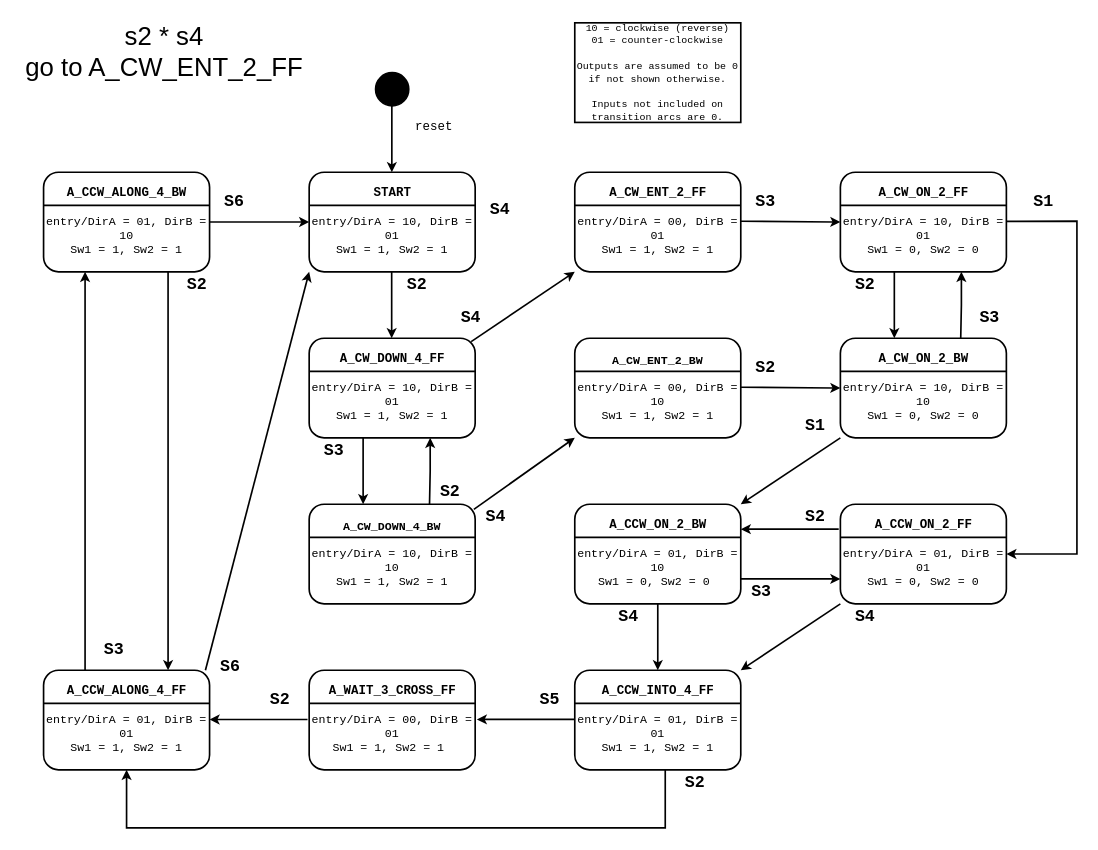
Earlier version of the draw.io diagram page "Lab6PreLab" (4 of 4) of CS1301/Untitled Diagram.drawio (printjoshhere/CS1301). Source tidied: cells renumbered, new cells numbered last; positions are measured from the earlier drawing's top-left corner, leaving out a move shared by most shapes. Both pictures are drawn from the tidied source at 83%, with x=0, y=0 at pixel (14, 14).
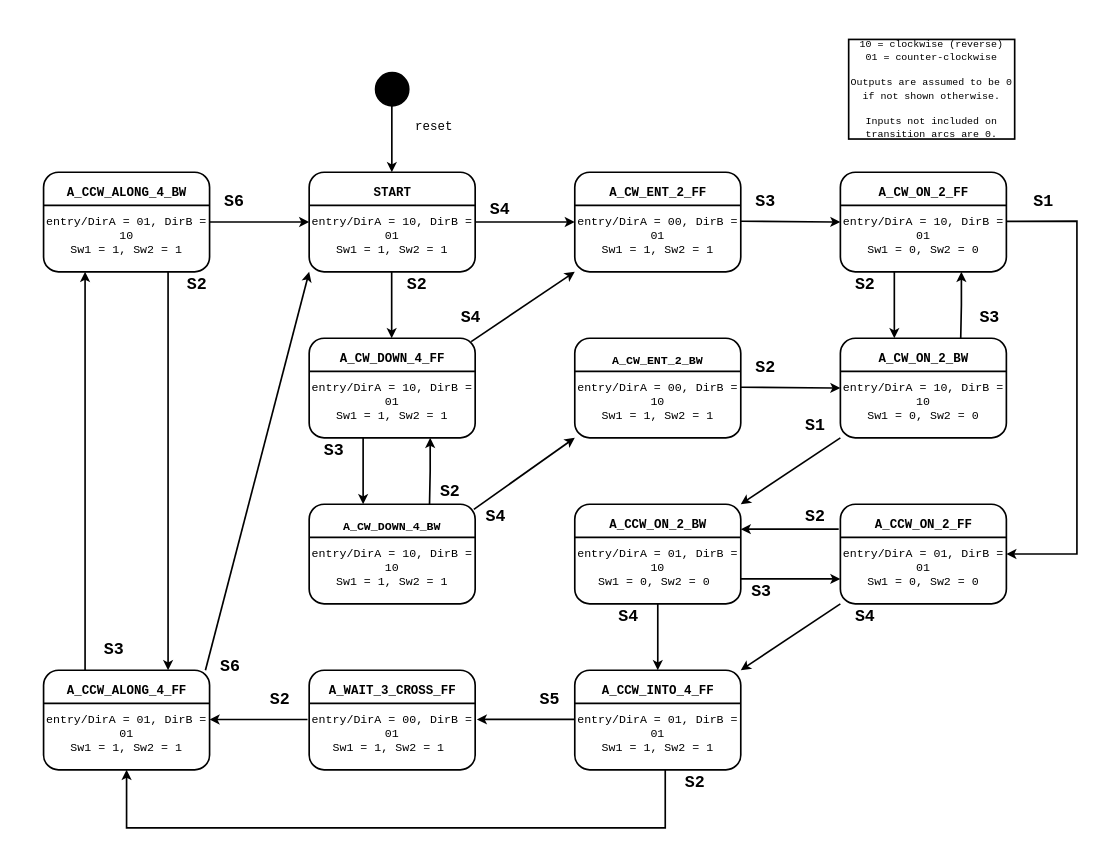
The same diagram, later.

The change refers to these unchanged cells:
```xml
<mxCell id="27" value="&lt;font style=&quot;font-size: 14px;&quot; face=&quot;consolas&quot;&gt;&lt;br&gt;&lt;br&gt;&lt;br&gt;&lt;font style=&quot;font-size: 14px;&quot;&gt;entry/DirA = 00, DirB = 01&lt;/font&gt;&lt;br&gt;&lt;font style=&quot;font-size: 14px;&quot;&gt;Sw1 = 1, Sw2 = 1&lt;/font&gt;&lt;br&gt;&lt;span style=&quot;&quot;&gt;&amp;nbsp;&lt;/span&gt;&lt;/font&gt;" style="rounded=1;whiteSpace=wrap;html=1;strokeWidth=2;" parent="1" vertex="1">
  <mxGeometry x="675" y="190" width="200" height="120" as="geometry" />
</mxCell>
<mxCell id="88" value="&lt;font style=&quot;font-size: 20px;&quot; face=&quot;consolas&quot;&gt;&lt;b&gt;S4&lt;/b&gt;&lt;/font&gt;" style="text;html=1;strokeColor=none;fillColor=none;align=center;verticalAlign=middle;whiteSpace=wrap;rounded=0;" parent="1" vertex="1">
  <mxGeometry x="555" y="220" width="60" height="30" as="geometry" />
</mxCell>
```

The edit, as a diff of the source:
```diff
@@
     <mxCell id="7" value="&lt;font face=&quot;consolas&quot;&gt;10 = clockwise (reverse)&lt;br&gt;01 = counter-clockwise&lt;br&gt;&lt;br&gt;Outputs are assumed to be 0 if not shown otherwise.&lt;br&gt;&lt;br&gt;Inputs not included on transition arcs are 0.&lt;br&gt;&lt;/font&gt;" style="rounded=0;whiteSpace=wrap;html=1;strokeWidth=2;" parent="1" vertex="1">
-      <mxGeometry x="675" y="10" width="200" height="120" as="geometry" />
+      <mxGeometry x="1005" y="30" width="200" height="120" as="geometry" />
     </mxCell>
@@
-    <mxCell id="89" value="&lt;font style=&quot;font-size: 31px;&quot;&gt;s2 * s4&lt;br&gt;go to A_CW_ENT_2_FF&lt;br&gt;&lt;/font&gt;" style="text;html=1;align=center;verticalAlign=middle;strokeColor=none;fillColor=none;" parent="1" vertex="1">
-      <mxGeometry width="360" height="90" as="geometry" />
-    </mxCell>
+    <mxCell id="90" style="endArrow=classic;html=1;rounded=0;strokeWidth=2;fontSize=15;entryX=0;entryY=0.5;entryDx=0;entryDy=0;exitX=0;exitY=1;exitDx=0;exitDy=0;" parent="1" edge="1" source="88" target="27">
+      <mxGeometry relative="1" as="geometry" />
+    </mxCell>
```
